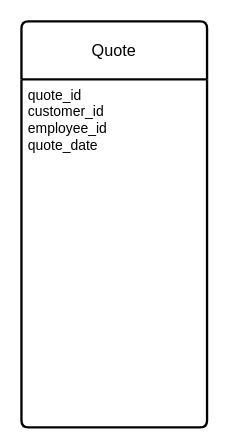
This is CRM-ordermanagement.drawio from airbaggrenade/WGU-D284, a draw.io file, before an edit. Source tidied: cells renumbered, new cells numbered last; positions are measured from the earlier drawing's top-left corner, leaving out a move shared by most shapes. Both pictures are drawn from the tidied source at 116%, with x=0, y=0 at pixel (21, 21).
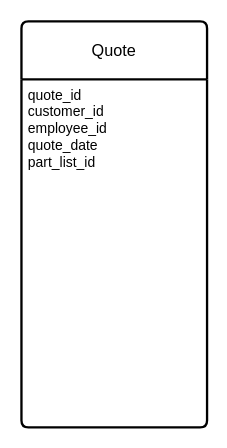
Above is the later version.

What changed in the source:
```diff
@@
 <mxGraphModel>
   <root>
     <mxCell id="0" />
     <mxCell id="1" parent="0" />
     <mxCell id="2" value="Quote" style="swimlane;horizontal=1;startSize=50;rounded=1;fontSize=14;fontStyle=0;strokeWidth=2;shadow=0;dashed=0;align=center;arcSize=4;whiteSpace=wrap;html=1;" parent="1" vertex="1">
       <mxGeometry width="160" height="350" as="geometry" />
     </mxCell>
-    <mxCell id="3" value="&lt;div&gt;quote_id&lt;/div&gt;&lt;div&gt;customer_id&lt;/div&gt;&lt;div&gt;employee_id&lt;br&gt;&lt;/div&gt;&lt;div&gt;quote_date&lt;/div&gt;&lt;div&gt;&lt;br&gt;&lt;/div&gt;&lt;div&gt;&lt;br&gt;&lt;/div&gt;&lt;div&gt;&lt;br&gt;&lt;/div&gt;" style="align=left;strokeColor=none;fillColor=none;spacingLeft=4;fontSize=12;verticalAlign=top;html=1;" parent="2" vertex="1">
+    <mxCell id="3" value="&lt;div&gt;quote_id&lt;/div&gt;&lt;div&gt;customer_id&lt;/div&gt;&lt;div&gt;employee_id&lt;br&gt;&lt;/div&gt;&lt;div&gt;quote_date&lt;/div&gt;&lt;div&gt;part_list_id&lt;/div&gt;&lt;div&gt;&lt;br&gt;&lt;/div&gt;&lt;div&gt;&lt;br&gt;&lt;/div&gt;&lt;div&gt;&lt;br&gt;&lt;/div&gt;" style="align=left;strokeColor=none;fillColor=none;spacingLeft=4;fontSize=12;verticalAlign=top;html=1;" parent="2" vertex="1">
       <mxGeometry y="50" width="160" height="300" as="geometry" />
     </mxCell>
   </root>
 </mxGraphModel>
```
